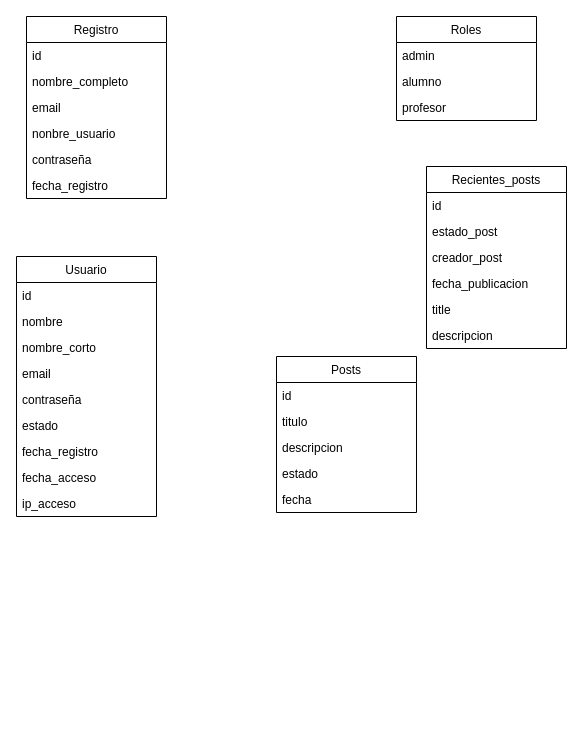
usyeimar/data-learning keeps this draw.io diagram as ModeloEntidadRelacion.drawio. Above is the earlier version. Source tidied: cells renumbered, new cells numbered last; positions are measured from the earlier drawing's top-left corner, leaving out a move shared by most shapes. Both pictures are drawn from the tidied source at 100%, with x=0, y=0 at pixel (16, 16).
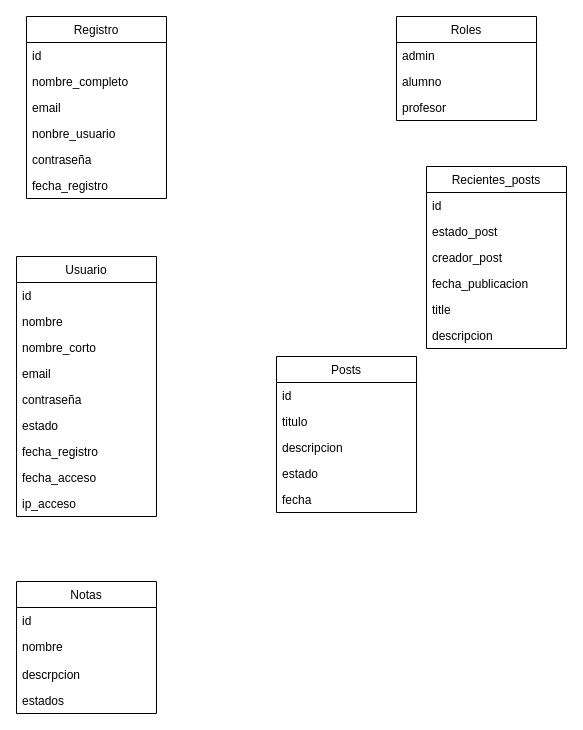
The same diagram, later.

Commit message (it also covers changes not shown here):
se creo la tabla notas en modelointedadrelacion

What changed in the source:
```diff
@@
+    <mxCell id="36" value="Notas" style="swimlane;fontStyle=0;horizontal=1;startSize=26;fillColor=none;" parent="1" vertex="1">
+      <mxGeometry y="565" width="140" height="132" as="geometry" />
+    </mxCell>
+    <mxCell id="37" value="id" style="text;strokeColor=none;fillColor=none;align=left;verticalAlign=top;spacingLeft=4;spacingRight=4;overflow=hidden;" parent="36" vertex="1">
+      <mxGeometry y="26" width="140" height="26" as="geometry" />
+    </mxCell>
+    <mxCell id="38" value="nombre" style="text;strokeColor=none;fillColor=none;align=left;verticalAlign=top;spacingLeft=4;spacingRight=4;overflow=hidden;" parent="36" vertex="1">
+      <mxGeometry y="52" width="140" height="28" as="geometry" />
+    </mxCell>
+    <mxCell id="39" value="descrpcion" style="text;strokeColor=none;fillColor=none;align=left;verticalAlign=top;spacingLeft=4;spacingRight=4;overflow=hidden;" parent="36" vertex="1">
+      <mxGeometry y="80" width="140" height="26" as="geometry" />
+    </mxCell>
+    <mxCell id="40" value="estados" style="text;strokeColor=none;fillColor=none;align=left;verticalAlign=top;spacingLeft=4;spacingRight=4;overflow=hidden;" parent="36" vertex="1">
+      <mxGeometry y="106" width="140" height="26" as="geometry" />
+    </mxCell>
```
